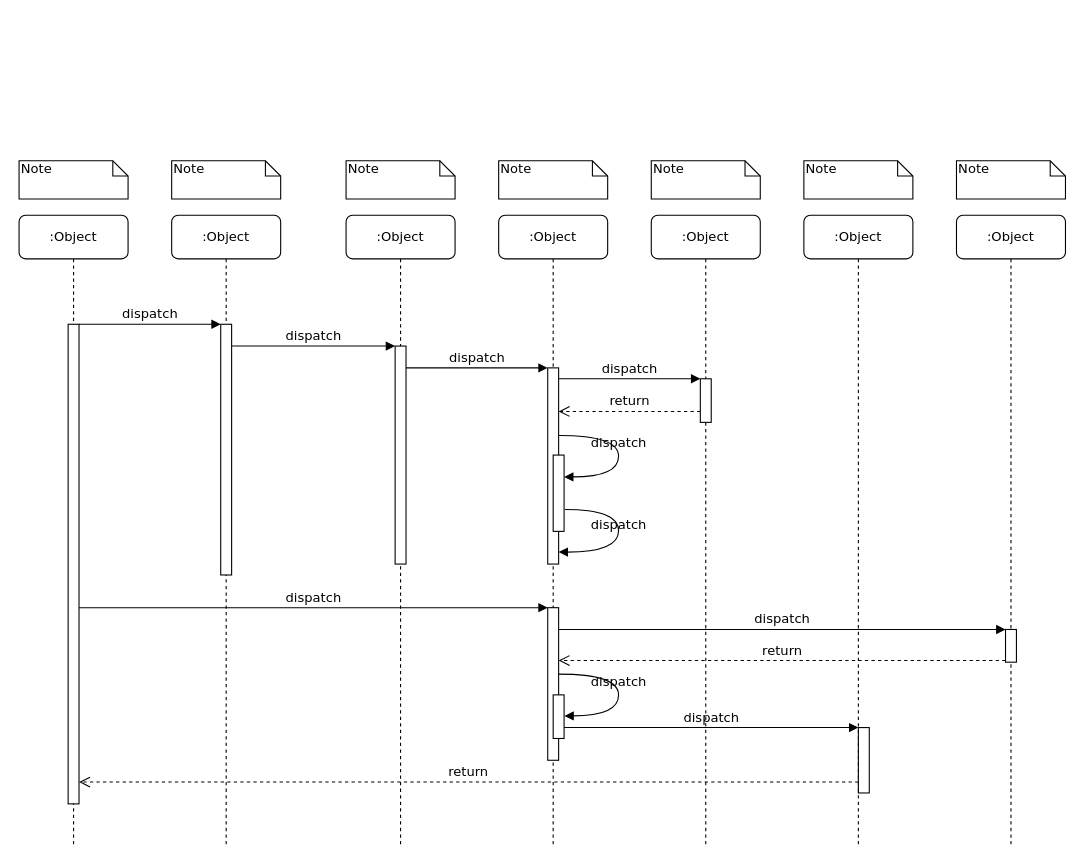
Earlier version of the draw.io diagram secuencia_citas.drawio (DrAtl30/potro_citas). Source tidied: cells renumbered, new cells numbered last; positions are measured from the earlier drawing's top-left corner, leaving out a move shared by most shapes. Both pictures are drawn from the tidied source at 109%, with x=0, y=0 at pixel (19, 160).
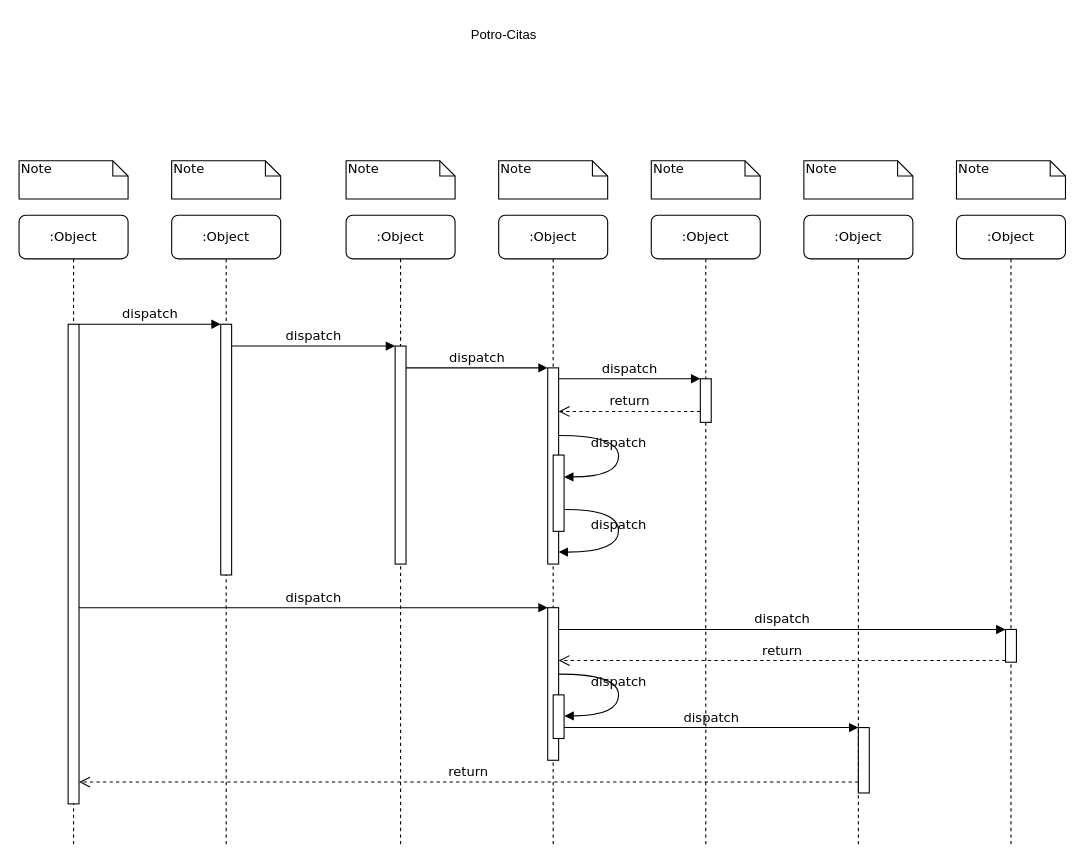
After the change.

Change to the diagram source:
```diff
@@
+    <mxCell id="39" value="Potro-Citas" style="text;html=1;align=center;verticalAlign=middle;whiteSpace=wrap;rounded=0;" parent="1" vertex="1">
+      <mxGeometry x="400" y="-130" width="90" height="30" as="geometry" />
+    </mxCell>
```
